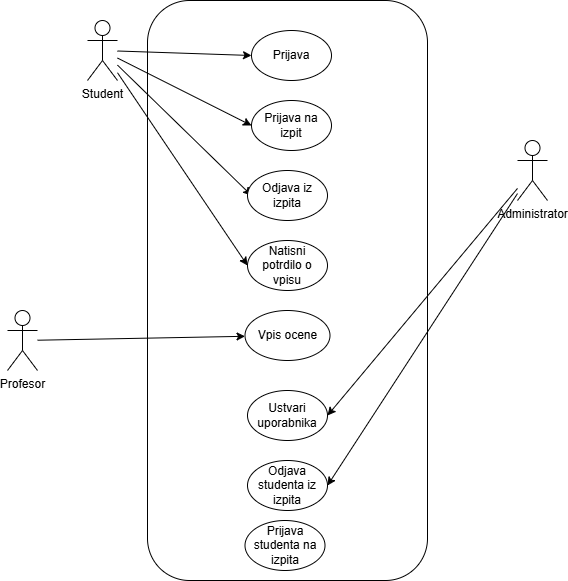
Before: PrimerUporabeStudis.drawio.png, a diagram exported from draw.io (ErnestISv/Lovstvo). Source tidied: cells renumbered, new cells last; positions are measured from the earlier drawing's top-left corner, leaving out a move shared by most shapes.
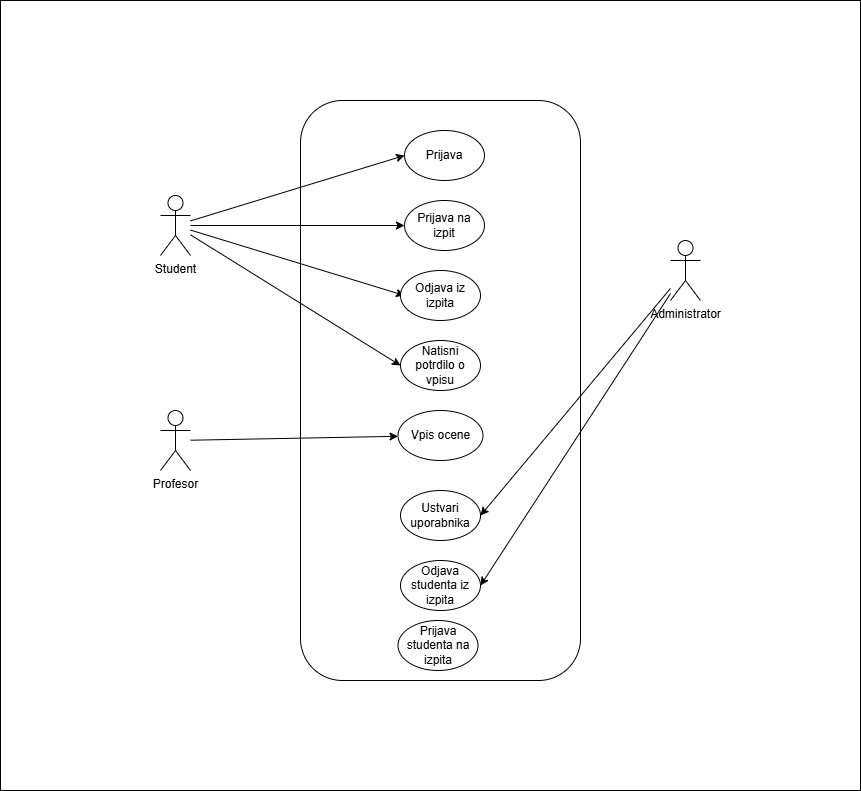
Above is the later version.

Diff of the diagram source:
```diff
@@ -2,6 +2,9 @@
   <root>
     <mxCell id="0" />
     <mxCell id="1" parent="0" />
+    <mxCell id="21" style="rounded=0;whiteSpace=wrap;html=1;" parent="1" vertex="1">
+      <mxGeometry x="-160" y="-100" width="860" height="790" as="geometry" />
+    </mxCell>
     <mxCell id="2" style="rounded=1;whiteSpace=wrap;html=1;" parent="1" vertex="1">
       <mxGeometry x="140" width="280" height="580" as="geometry" />
     </mxCell>
@@ -20,7 +23,7 @@
       <mxGeometry relative="1" as="geometry" />
     </mxCell>
     <mxCell id="7" value="&lt;div&gt;Student&lt;/div&gt;" style="shape=umlActor;verticalLabelPosition=bottom;verticalAlign=top;html=1;outlineConnect=0;" parent="1" vertex="1">
-      <mxGeometry x="80" y="20" width="30" height="60" as="geometry" />
+      <mxGeometry y="95" width="30" height="60" as="geometry" />
     </mxCell>
     <mxCell id="8" style="rounded=0;jettySize=auto;html=1;entryX=1;entryY=0.5;entryDx=0;entryDy=0;" parent="1" edge="1" source="10" target="18">
       <mxGeometry relative="1" as="geometry" />
```
